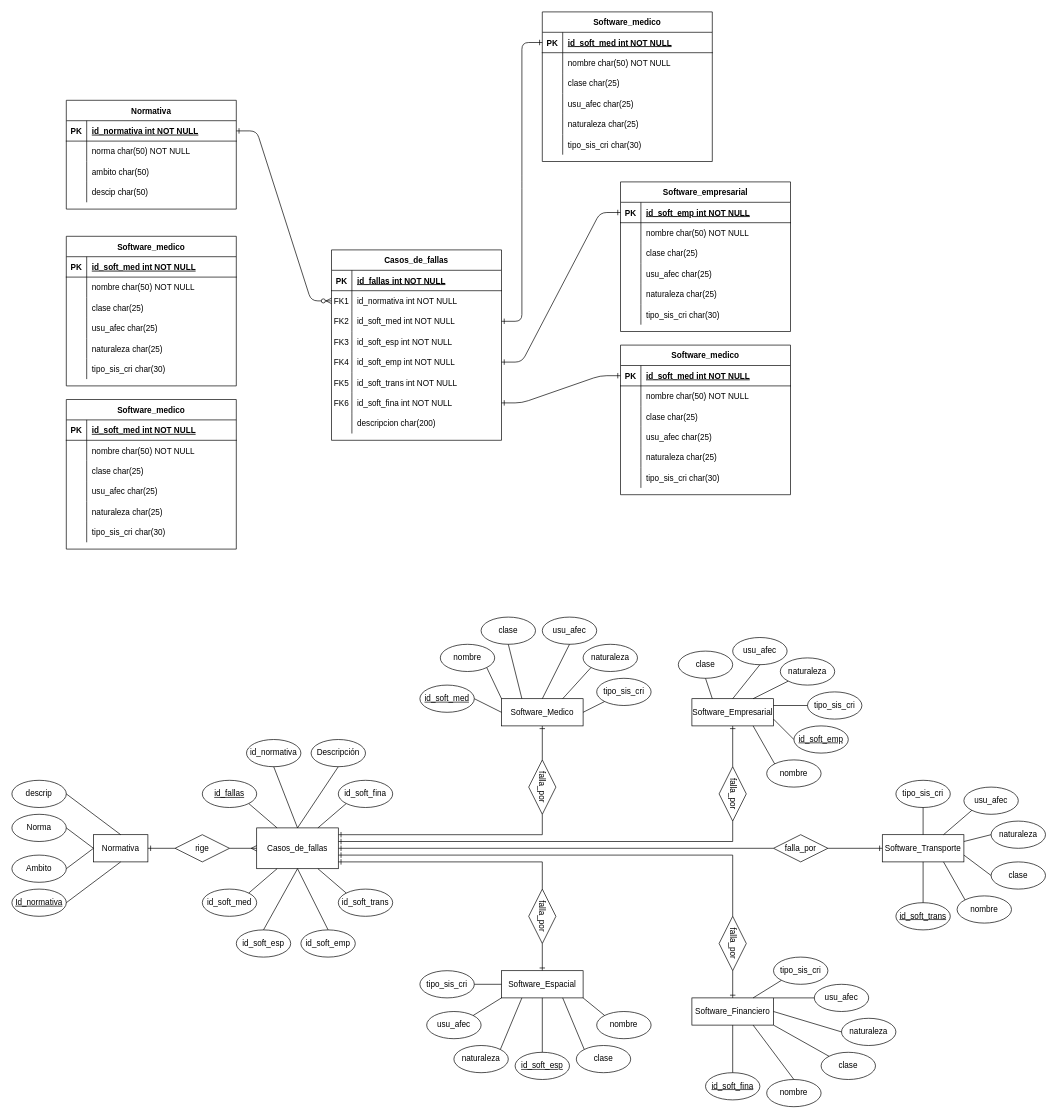
Before: DER.drawio in Gabitoto/Safety_Critical_Software, a draw.io diagram. Source tidied: cells renumbered, new cells numbered last; positions are measured from the earlier drawing's top-left corner, leaving out a move shared by most shapes. Both pictures are drawn from the tidied source at 68%, with x=0, y=0 at pixel (12, 12).
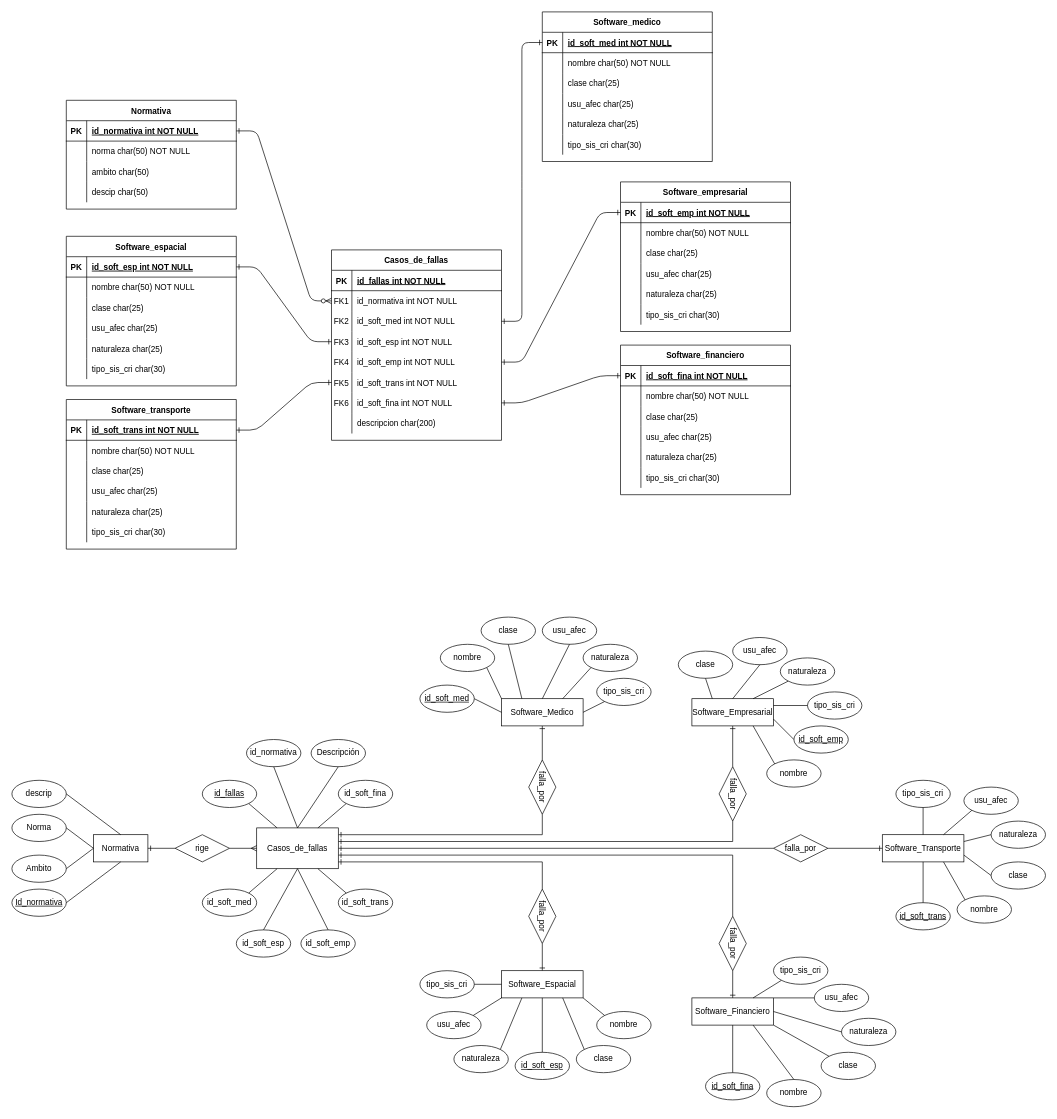
After the change.

Unchanged cells that the change refers to:
```xml
<mxCell id="14" style="shape=partialRectangle;fillColor=none;points=[[0,0.5],[1,0.5]];portConstraint=eastwest;top=0;left=0;right=0;bottom=0;" parent="4" vertex="1">
  <mxGeometry y="120" width="250" height="30" as="geometry" />
</mxCell>
<mxCell id="20" style="shape=partialRectangle;fillColor=none;points=[[0,0.5],[1,0.5]];portConstraint=eastwest;top=0;left=0;right=0;bottom=0;" parent="4" vertex="1">
  <mxGeometry y="180" width="250" height="30" as="geometry" />
</mxCell>
<mxCell id="191" style="shape=partialRectangle;fillColor=none;points=[[0,0.5],[1,0.5]];portConstraint=eastwest;top=0;left=0;right=0;bottom=1;" parent="190" vertex="1">
  <mxGeometry y="30" width="250" height="30" as="geometry" />
</mxCell>
<mxCell id="210" style="shape=partialRectangle;fillColor=none;points=[[0,0.5],[1,0.5]];portConstraint=eastwest;top=0;left=0;right=0;bottom=1;" parent="209" vertex="1">
  <mxGeometry y="30" width="250" height="30" as="geometry" />
</mxCell>
<mxCell id="229" style="shape=partialRectangle;fillColor=none;points=[[0,0.5],[1,0.5]];portConstraint=eastwest;top=0;left=0;right=0;bottom=1;" parent="228" vertex="1">
  <mxGeometry y="30" width="250" height="30" as="geometry" />
</mxCell>
```

Diff of the diagram source:
```diff
@@
-    <mxCell id="190" value="Software_medico" style="shape=table;startSize=30;childLayout=tableLayout;rowLines=0;fontStyle=1;align=center;" parent="1" vertex="1">
+    <mxCell id="190" value="Software_financiero" style="shape=table;startSize=30;childLayout=tableLayout;rowLines=0;fontStyle=1;align=center;" parent="1" vertex="1">
       <mxGeometry x="895" y="490" width="250" height="220" as="geometry" />
     </mxCell>
@@
-    <mxCell id="193" value="id_soft_med int NOT NULL " style="shape=partialRectangle;overflow=hidden;fillColor=none;top=0;left=0;bottom=0;right=0;align=left;spacingLeft=6;fontStyle=5;" parent="191" vertex="1">
+    <mxCell id="193" value="id_soft_fina int NOT NULL " style="shape=partialRectangle;overflow=hidden;fillColor=none;top=0;left=0;bottom=0;right=0;align=left;spacingLeft=6;fontStyle=5;" parent="191" vertex="1">
       <mxGeometry x="30" width="220" height="30" as="geometry" />
     </mxCell>
@@
-    <mxCell id="209" value="Software_medico" style="shape=table;startSize=30;childLayout=tableLayout;rowLines=0;fontStyle=1;align=center;" parent="1" vertex="1">
+    <mxCell id="209" value="Software_transporte" style="shape=table;startSize=30;childLayout=tableLayout;rowLines=0;fontStyle=1;align=center;" parent="1" vertex="1">
       <mxGeometry x="80" y="570" width="250" height="220" as="geometry" />
     </mxCell>
@@
-    <mxCell id="212" value="id_soft_med int NOT NULL " style="shape=partialRectangle;overflow=hidden;fillColor=none;top=0;left=0;bottom=0;right=0;align=left;spacingLeft=6;fontStyle=5;" parent="210" vertex="1">
+    <mxCell id="212" value="id_soft_trans int NOT NULL " style="shape=partialRectangle;overflow=hidden;fillColor=none;top=0;left=0;bottom=0;right=0;align=left;spacingLeft=6;fontStyle=5;" parent="210" vertex="1">
       <mxGeometry x="30" width="220" height="30" as="geometry" />
     </mxCell>
@@
-    <mxCell id="228" value="Software_medico" style="shape=table;startSize=30;childLayout=tableLayout;rowLines=0;fontStyle=1;align=center;" parent="1" vertex="1">
+    <mxCell id="228" value="Software_espacial" style="shape=table;startSize=30;childLayout=tableLayout;rowLines=0;fontStyle=1;align=center;" parent="1" vertex="1">
       <mxGeometry x="80" y="330" width="250" height="220" as="geometry" />
     </mxCell>
@@
-    <mxCell id="231" value="id_soft_med int NOT NULL " style="shape=partialRectangle;overflow=hidden;fillColor=none;top=0;left=0;bottom=0;right=0;align=left;spacingLeft=6;fontStyle=5;" parent="229" vertex="1">
+    <mxCell id="231" value="id_soft_esp int NOT NULL " style="shape=partialRectangle;overflow=hidden;fillColor=none;top=0;left=0;bottom=0;right=0;align=left;spacingLeft=6;fontStyle=5;" parent="229" vertex="1">
       <mxGeometry x="30" width="220" height="30" as="geometry" />
     </mxCell>
@@
+    <mxCell id="249" style="edgeStyle=entityRelationEdgeStyle;rounded=1;jettySize=auto;html=1;entryX=0;entryY=0.5;entryDx=0;entryDy=0;endArrow=ERone;endFill=0;startArrow=ERone;startFill=0;curved=0;" parent="1" edge="1" source="229" target="14">
+      <mxGeometry relative="1" as="geometry" />
+    </mxCell>
+    <mxCell id="250" style="edgeStyle=entityRelationEdgeStyle;rounded=1;jettySize=auto;html=1;entryX=0;entryY=0.5;entryDx=0;entryDy=0;startArrow=ERone;startFill=0;endArrow=ERone;endFill=0;" parent="1" edge="1" source="210" target="20">
+      <mxGeometry relative="1" as="geometry" />
+    </mxCell>
```
